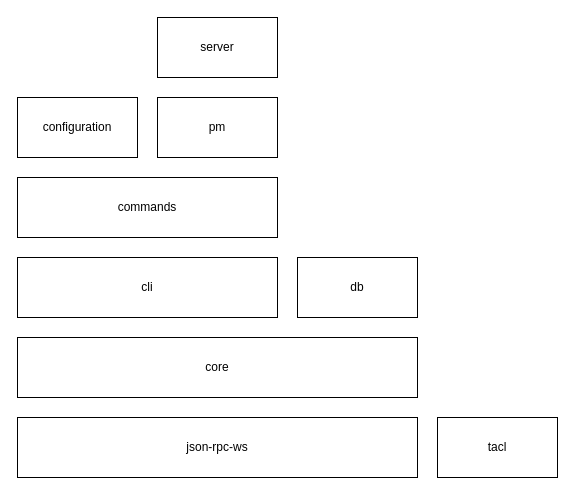
This is architecture.drawio from npenin/akala, a draw.io file, before an edit. Source tidied: cells renumbered, new cells numbered last; positions are measured from the earlier drawing's top-left corner, leaving out a move shared by most shapes. Both pictures are drawn from the tidied source at 100%, with x=0, y=0 at pixel (17, 17).
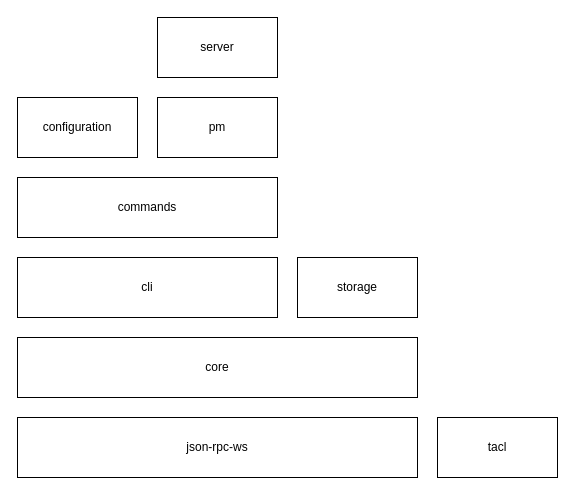
After the change.

Diff of the diagram source:
```diff
@@
 <mxGraphModel>
   <root>
     <mxCell id="0" />
     <mxCell id="1" parent="0" />
     <mxCell id="2" value="cli" style="rounded=0;whiteSpace=wrap;html=1;" parent="1" vertex="1">
       <mxGeometry y="240" width="260" height="60" as="geometry" />
     </mxCell>
     <mxCell id="3" value="core" style="rounded=0;whiteSpace=wrap;html=1;" parent="1" vertex="1">
       <mxGeometry y="320" width="400" height="60" as="geometry" />
     </mxCell>
     <mxCell id="4" value="commands" style="rounded=0;whiteSpace=wrap;html=1;" parent="1" vertex="1">
       <mxGeometry y="160" width="260" height="60" as="geometry" />
     </mxCell>
     <mxCell id="5" value="configuration" style="rounded=0;whiteSpace=wrap;html=1;" parent="1" vertex="1">
       <mxGeometry y="80" width="120" height="60" as="geometry" />
     </mxCell>
     <mxCell id="6" value="json-rpc-ws" style="rounded=0;whiteSpace=wrap;html=1;" parent="1" vertex="1">
       <mxGeometry y="400" width="400" height="60" as="geometry" />
     </mxCell>
-    <mxCell id="7" value="db" style="rounded=0;whiteSpace=wrap;html=1;" parent="1" vertex="1">
+    <mxCell id="7" value="storage" style="rounded=0;whiteSpace=wrap;html=1;" parent="1" vertex="1">
       <mxGeometry x="280" y="240" width="120" height="60" as="geometry" />
     </mxCell>
     <mxCell id="8" value="pm" style="rounded=0;whiteSpace=wrap;html=1;" parent="1" vertex="1">
       <mxGeometry x="140" y="80" width="120" height="60" as="geometry" />
     </mxCell>
     <mxCell id="9" value="server" style="rounded=0;whiteSpace=wrap;html=1;" parent="1" vertex="1">
       <mxGeometry x="140" width="120" height="60" as="geometry" />
     </mxCell>
     <mxCell id="10" value="tacl" style="rounded=0;whiteSpace=wrap;html=1;" parent="1" vertex="1">
       <mxGeometry x="420" y="400" width="120" height="60" as="geometry" />
     </mxCell>
   </root>
 </mxGraphModel>
```
